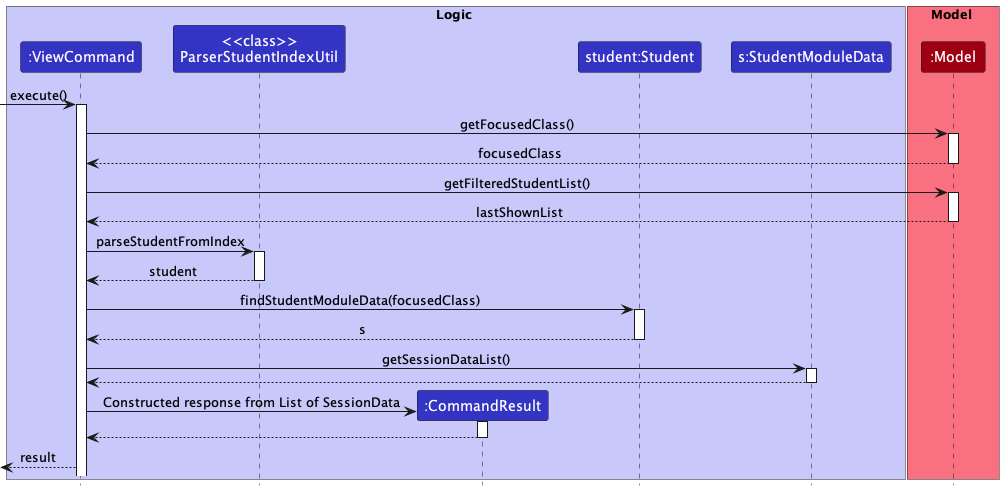
nus-cs2103-AY2223S1/tp keeps this PlantUML diagram as docs/images/ViewCommandSequenceDiagram.png. Above is the earlier version. Source of this version:
```plantuml
@startuml
!include style.puml

box Logic LOGIC_COLOR_T1
participant ":ViewCommand" as ViewCommand LOGIC_COLOR
participant "<<class>>\nParserStudentIndexUtil" as Util LOGIC_COLOR
participant ":CommandResult" as CommandResult LOGIC_COLOR
participant "student:Student" as Student LOGIC_COLOR
participant "s:StudentModuleData" as SMD LOGIC_COLOR
end box

box Model MODEL_COLOR_T1
participant ":Model" as Model MODEL_COLOR
end box

[-> ViewCommand: execute()
activate ViewCommand

ViewCommand -> Model: getFocusedClass()
activate Model
Model --> ViewCommand: focusedClass
deactivate Model

ViewCommand -> Model: getFilteredStudentList()
activate Model
Model --> ViewCommand: lastShownList
deactivate Model

ViewCommand -> Util: parseStudentFromIndex
activate Util
Util --> ViewCommand: student
deactivate Util

ViewCommand -> Student: findStudentModuleData(focusedClass)
activate Student
Student --> ViewCommand: s
deactivate Student

ViewCommand -> SMD: getSessionDataList()
activate SMD
SMD --> ViewCommand
deactivate SMD


create CommandResult
ViewCommand -> CommandResult: Constructed response from List of SessionData
activate CommandResult

CommandResult --> ViewCommand
deactivate CommandResult

ViewCommand -->[: result

@enduml
```
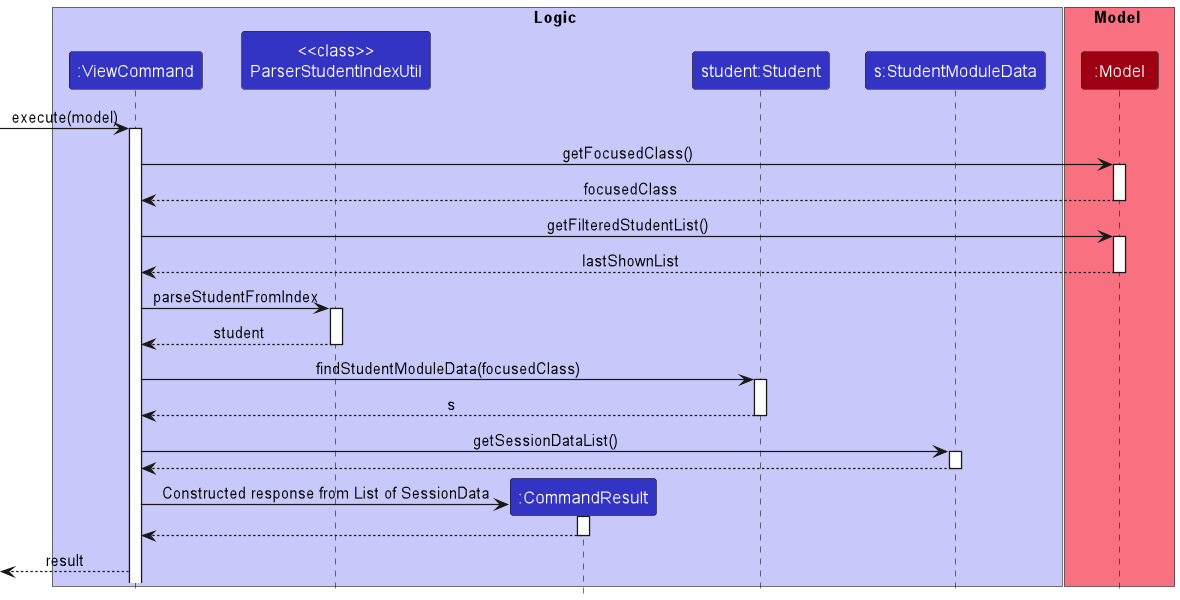
Later version of the same file.

Diff of the diagram source:
```diff
@@ -13,7 +13,7 @@
 participant ":Model" as Model MODEL_COLOR
 end box
 
-[-> ViewCommand: execute()
+[-> ViewCommand: execute(model)
 activate ViewCommand
 
 ViewCommand -> Model: getFocusedClass()
```
